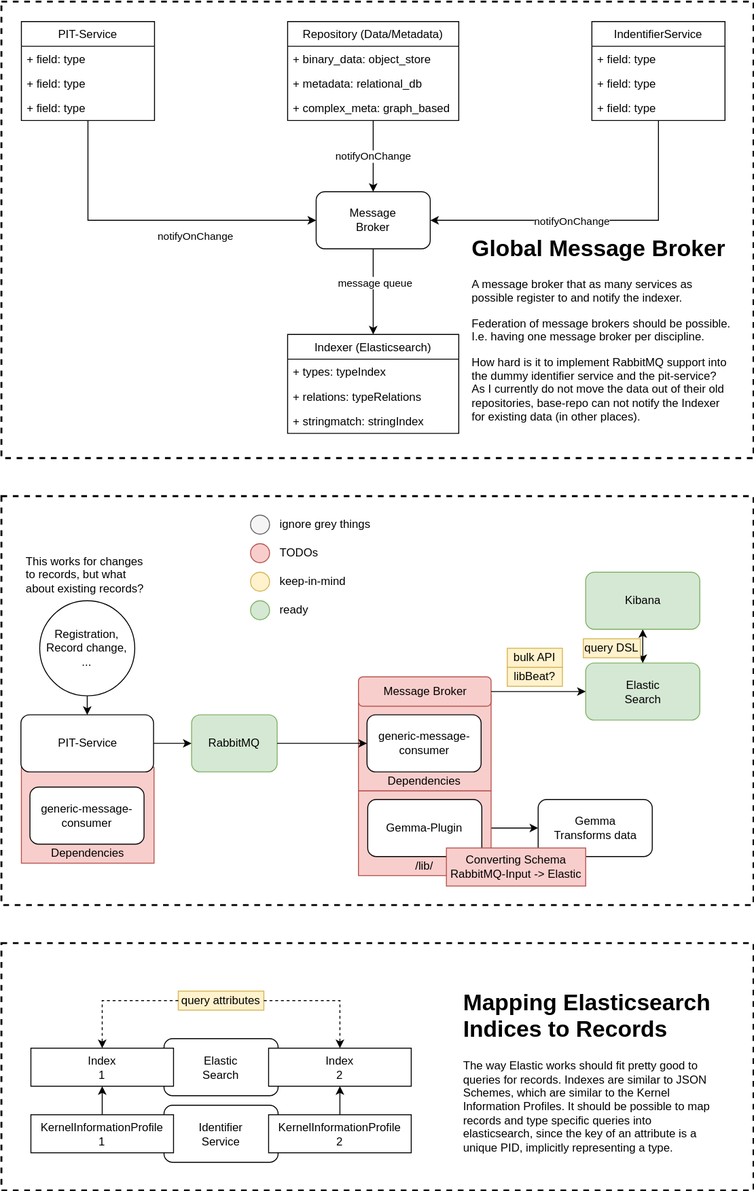
Above: documentation/images/usecase_indexing.drawio.svg in kit-data-manager/testbed4inf (draw.io), before the change. Source tidied: cells renumbered, new cells last; positions are measured from the earlier drawing's top-left corner, leaving out a move shared by most shapes.
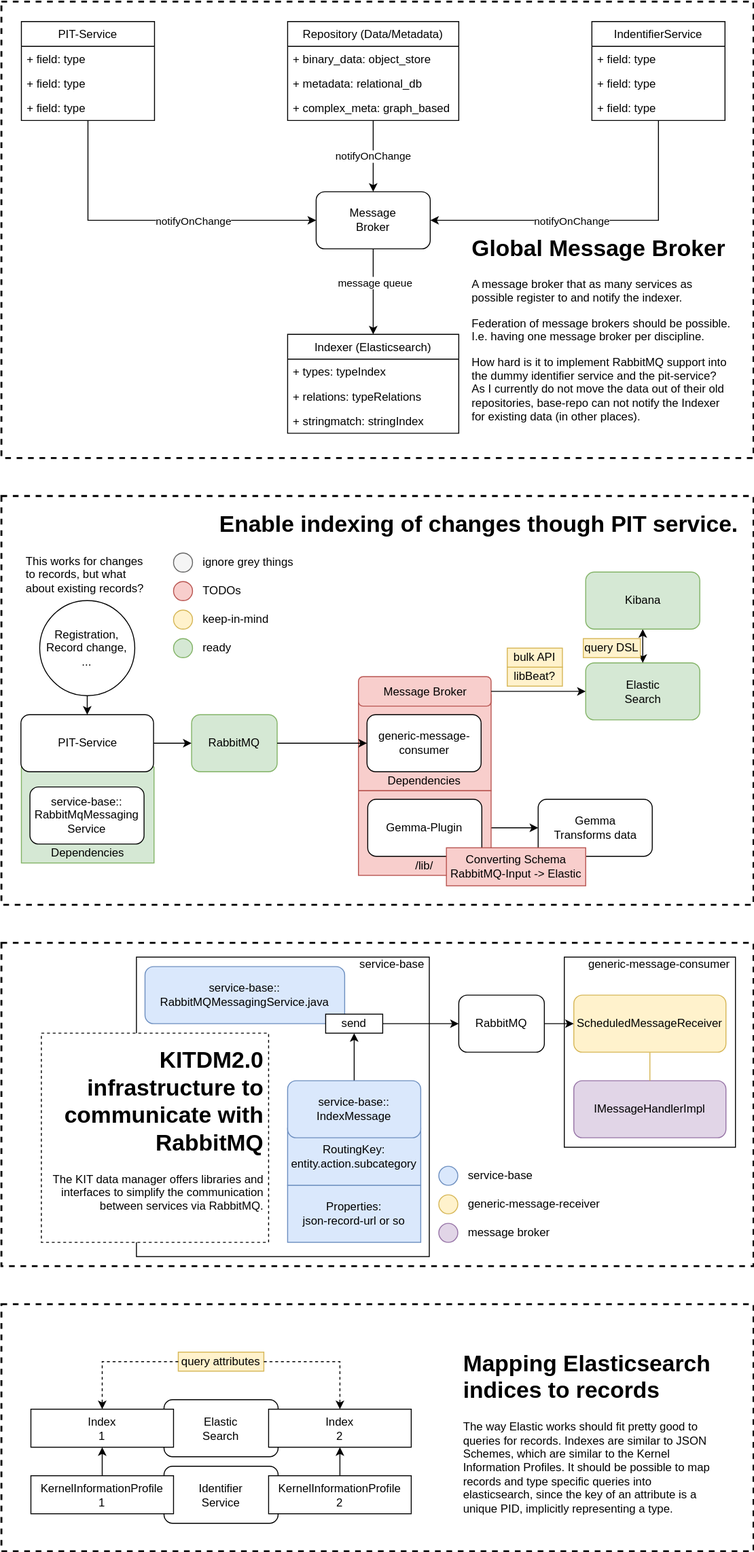
Above is the later version.

Commit message:
Docs: Common KITDM info and PIT-service update.

The edit, as a diff of the source:
```diff
@@ -8,10 +8,10 @@
     <mxCell id="3" style="group;" parent="2" vertex="1">
       <mxGeometry x="20.5" y="285" width="140" height="101" as="geometry" />
     </mxCell>
-    <mxCell id="4" style="rounded=0;whiteSpace=wrap;html=1;align=center;fillColor=#f8cecc;strokeColor=#b85450;" parent="3" vertex="1">
+    <mxCell id="4" style="rounded=0;whiteSpace=wrap;html=1;align=center;fillColor=#d5e8d4;strokeColor=#82b366;" parent="3" vertex="1">
       <mxGeometry x="0.5" width="139.5" height="101" as="geometry" />
     </mxCell>
-    <mxCell id="5" value="generic-message-consumer" style="rounded=1;whiteSpace=wrap;html=1;" parent="3" vertex="1">
+    <mxCell id="5" value="service-base::&lt;br&gt;RabbitMqMessaging&lt;br&gt;Service" style="rounded=1;whiteSpace=wrap;html=1;" parent="3" vertex="1">
       <mxGeometry x="9.5" y="21" width="120" height="60" as="geometry" />
     </mxCell>
     <mxCell id="6" value="Dependencies" style="text;html=1;strokeColor=none;fillColor=none;align=center;verticalAlign=middle;whiteSpace=wrap;rounded=0;" parent="3" vertex="1">
@@ -44,36 +44,6 @@
     <mxCell id="15" value="Kibana" style="rounded=1;whiteSpace=wrap;html=1;fillColor=#d5e8d4;strokeColor=#82b366;" parent="2" vertex="1">
       <mxGeometry x="614.5" y="80" width="120" height="60" as="geometry" />
     </mxCell>
-    <mxCell id="16" style="group;" parent="2" vertex="1">
-      <mxGeometry x="262" y="50" width="128" height="20" as="geometry" />
-    </mxCell>
-    <mxCell id="17" style="group;" parent="16" vertex="1">
-      <mxGeometry width="128" height="20" as="geometry" />
-    </mxCell>
-    <mxCell id="18" style="group;" parent="17" vertex="1">
-      <mxGeometry width="128" height="20" as="geometry" />
-    </mxCell>
-    <mxCell id="19" style="ellipse;whiteSpace=wrap;html=1;fillColor=#f8cecc;strokeColor=#b85450;" parent="18" vertex="1">
-      <mxGeometry width="20" height="20" as="geometry" />
-    </mxCell>
-    <mxCell id="20" value="TODOs" style="text;html=1;strokeColor=none;fillColor=none;align=left;verticalAlign=middle;whiteSpace=wrap;rounded=0;" parent="18" vertex="1">
-      <mxGeometry x="29" width="99" height="20" as="geometry" />
-    </mxCell>
-    <mxCell id="21" style="group;" parent="2" vertex="1">
-      <mxGeometry x="262" y="80" width="128" height="20" as="geometry" />
-    </mxCell>
-    <mxCell id="22" style="group;" parent="21" vertex="1">
-      <mxGeometry width="128" height="20" as="geometry" />
-    </mxCell>
-    <mxCell id="23" style="group;" parent="22" vertex="1">
-      <mxGeometry width="128" height="20" as="geometry" />
-    </mxCell>
-    <mxCell id="24" style="ellipse;whiteSpace=wrap;html=1;fillColor=#fff2cc;strokeColor=#d6b656;" parent="23" vertex="1">
-      <mxGeometry width="20" height="20" as="geometry" />
-    </mxCell>
-    <mxCell id="25" value="keep-in-mind" style="text;html=1;strokeColor=none;fillColor=none;align=left;verticalAlign=middle;whiteSpace=wrap;rounded=0;" parent="23" vertex="1">
-      <mxGeometry x="29" width="99" height="20" as="geometry" />
-    </mxCell>
     <mxCell id="26" style="edgeStyle=orthogonalEdgeStyle;rounded=0;jettySize=auto;html=1;startArrow=classic;startFill=1;" parent="2" edge="1" source="34" target="27">
       <mxGeometry relative="1" as="geometry" />
     </mxCell>
@@ -116,8 +86,50 @@
     <mxCell id="39" style="edgeStyle=orthogonalEdgeStyle;rounded=0;jettySize=auto;html=1;startArrow=none;startFill=0;" parent="2" edge="1" source="35" target="10">
       <mxGeometry relative="1" as="geometry" />
     </mxCell>
+    <mxCell id="52" value="libBeat?" style="rounded=0;whiteSpace=wrap;html=1;rotation=0;fillColor=#fff2cc;strokeColor=#d6b656;" parent="2" vertex="1">
+      <mxGeometry x="532" y="180" width="58" height="20" as="geometry" />
+    </mxCell>
+    <mxCell id="53" value="bulk API" style="rounded=0;whiteSpace=wrap;html=1;rotation=0;fillColor=#fff2cc;strokeColor=#d6b656;" parent="2" vertex="1">
+      <mxGeometry x="532" y="160" width="58" height="20" as="geometry" />
+    </mxCell>
+    <mxCell id="54" value="query DSL" style="rounded=0;whiteSpace=wrap;html=1;rotation=0;fillColor=#fff2cc;strokeColor=#d6b656;" parent="2" vertex="1">
+      <mxGeometry x="612" y="150" width="60" height="20" as="geometry" />
+    </mxCell>
+    <mxCell id="96" value="&lt;h1&gt;Enable indexing of changes though PIT service.&lt;/h1&gt;" style="text;html=1;strokeColor=none;fillColor=none;spacing=5;spacingTop=-20;whiteSpace=wrap;overflow=hidden;rounded=0;comic=0;align=right;" parent="2" vertex="1">
+      <mxGeometry x="200" y="10" width="580" height="40" as="geometry" />
+    </mxCell>
+    <mxCell id="16" style="group;" parent="2" vertex="1">
+      <mxGeometry x="181" y="90" width="128" height="20" as="geometry" />
+    </mxCell>
+    <mxCell id="17" style="group;" parent="16" vertex="1">
+      <mxGeometry width="128" height="20" as="geometry" />
+    </mxCell>
+    <mxCell id="18" style="group;" parent="17" vertex="1">
+      <mxGeometry width="128" height="20" as="geometry" />
+    </mxCell>
+    <mxCell id="19" style="ellipse;whiteSpace=wrap;html=1;fillColor=#f8cecc;strokeColor=#b85450;" parent="18" vertex="1">
+      <mxGeometry width="20" height="20" as="geometry" />
+    </mxCell>
+    <mxCell id="20" value="TODOs" style="text;html=1;strokeColor=none;fillColor=none;align=left;verticalAlign=middle;whiteSpace=wrap;rounded=0;" parent="18" vertex="1">
+      <mxGeometry x="29" width="99" height="20" as="geometry" />
+    </mxCell>
+    <mxCell id="21" style="group;" parent="2" vertex="1">
+      <mxGeometry x="181" y="120" width="128" height="20" as="geometry" />
+    </mxCell>
+    <mxCell id="22" style="group;" parent="21" vertex="1">
+      <mxGeometry width="128" height="20" as="geometry" />
+    </mxCell>
+    <mxCell id="23" style="group;" parent="22" vertex="1">
+      <mxGeometry width="128" height="20" as="geometry" />
+    </mxCell>
+    <mxCell id="24" style="ellipse;whiteSpace=wrap;html=1;fillColor=#fff2cc;strokeColor=#d6b656;" parent="23" vertex="1">
+      <mxGeometry width="20" height="20" as="geometry" />
+    </mxCell>
+    <mxCell id="25" value="keep-in-mind" style="text;html=1;strokeColor=none;fillColor=none;align=left;verticalAlign=middle;whiteSpace=wrap;rounded=0;" parent="23" vertex="1">
+      <mxGeometry x="29" width="99" height="20" as="geometry" />
+    </mxCell>
     <mxCell id="40" style="group;" parent="2" vertex="1">
-      <mxGeometry x="262" y="110" width="128" height="20" as="geometry" />
+      <mxGeometry x="181" y="150" width="128" height="20" as="geometry" />
     </mxCell>
     <mxCell id="41" style="group;" parent="40" vertex="1">
       <mxGeometry width="128" height="20" as="geometry" />
@@ -132,13 +144,13 @@
       <mxGeometry x="29" width="99" height="20" as="geometry" />
     </mxCell>
     <mxCell id="45" style="group;" parent="2" vertex="1">
-      <mxGeometry x="262" y="140" width="128" height="20" as="geometry" />
+      <mxGeometry x="181" y="180" width="128" height="20" as="geometry" />
     </mxCell>
     <mxCell id="46" style="group;" parent="45" vertex="1">
       <mxGeometry width="128" height="20" as="geometry" />
     </mxCell>
     <mxCell id="47" style="group;" parent="2" vertex="1">
-      <mxGeometry x="262" y="20" width="128" height="20" as="geometry" />
+      <mxGeometry x="181" y="60" width="128" height="20" as="geometry" />
     </mxCell>
     <mxCell id="48" style="group;" parent="47" vertex="1">
       <mxGeometry width="128" height="20" as="geometry" />
@@ -152,15 +164,6 @@
     <mxCell id="51" value="ignore grey things" style="text;html=1;strokeColor=none;fillColor=none;align=left;verticalAlign=middle;whiteSpace=wrap;rounded=0;" parent="49" vertex="1">
       <mxGeometry x="29" width="99" height="20" as="geometry" />
     </mxCell>
-    <mxCell id="52" value="libBeat?" style="rounded=0;whiteSpace=wrap;html=1;rotation=0;fillColor=#fff2cc;strokeColor=#d6b656;" parent="2" vertex="1">
-      <mxGeometry x="532" y="180" width="58" height="20" as="geometry" />
-    </mxCell>
-    <mxCell id="53" value="bulk API" style="rounded=0;whiteSpace=wrap;html=1;rotation=0;fillColor=#fff2cc;strokeColor=#d6b656;" parent="2" vertex="1">
-      <mxGeometry x="532" y="160" width="58" height="20" as="geometry" />
-    </mxCell>
-    <mxCell id="54" value="query DSL" style="rounded=0;whiteSpace=wrap;html=1;rotation=0;fillColor=#fff2cc;strokeColor=#d6b656;" parent="2" vertex="1">
-      <mxGeometry x="612" y="150" width="60" height="20" as="geometry" />
-    </mxCell>
     <mxCell id="55" style="rounded=0;whiteSpace=wrap;html=1;dashed=1;strokeWidth=2;" parent="1" vertex="1">
       <mxGeometry width="791" height="480" as="geometry" />
     </mxCell>
@@ -212,7 +215,7 @@
     </mxCell>
     <mxCell id="70" value="notifyOnChange" style="edgeLabel;html=1;align=center;verticalAlign=middle;" parent="69" vertex="1">
       <mxGeometry x="0.2" relative="1" as="geometry">
-        <mxPoint x="10" y="16.7" as="offset" />
+        <mxPoint x="8" as="offset" />
       </mxGeometry>
     </mxCell>
     <mxCell id="71" style="edgeStyle=orthogonalEdgeStyle;rounded=0;jettySize=auto;html=1;" parent="55" edge="1" source="56" target="68">
@@ -255,9 +258,9 @@
       <mxGeometry y="78" width="180" height="26" as="geometry" />
     </mxCell>
     <mxCell id="82" style="rounded=0;whiteSpace=wrap;html=1;dashed=1;strokeWidth=2;movableLabel=0;comic=0;" parent="1" vertex="1">
-      <mxGeometry y="990" width="791" height="260" as="geometry" />
+      <mxGeometry y="1370" width="791" height="260" as="geometry" />
     </mxCell>
-    <mxCell id="83" value="&lt;h1&gt;Mapping Elasticsearch Indices to Records&lt;/h1&gt;&lt;p&gt;The way Elastic works should fit pretty good to queries for records. Indexes are similar to JSON Schemes, which are similar to the Kernel Information Profiles. It should be possible to map records and type specific queries into elasticsearch, since the key of an attribute is a unique PID, implicitly representing a type.&lt;/p&gt;" style="text;html=1;strokeColor=none;fillColor=none;spacing=5;spacingTop=-20;whiteSpace=wrap;overflow=hidden;rounded=0;verticalAlign=bottom;" parent="82" vertex="1">
+    <mxCell id="83" value="&lt;h1&gt;Mapping Elasticsearch indices to records&lt;/h1&gt;&lt;p&gt;The way Elastic works should fit pretty good to queries for records. Indexes are similar to JSON Schemes, which are similar to the Kernel Information Profiles. It should be possible to map records and type specific queries into elasticsearch, since the key of an attribute is a unique PID, implicitly representing a type.&lt;/p&gt;" style="text;html=1;strokeColor=none;fillColor=none;spacing=5;spacingTop=-20;whiteSpace=wrap;overflow=hidden;rounded=0;verticalAlign=bottom;" parent="82" vertex="1">
       <mxGeometry x="481" y="30" width="279.5" height="210" as="geometry" />
     </mxCell>
     <mxCell id="84" value="query attributes" style="rounded=0;whiteSpace=wrap;html=1;rotation=0;fillColor=#fff2cc;strokeColor=#d6b656;" parent="82" vertex="1">
@@ -300,5 +303,93 @@
     <mxCell id="95" value="KernelInformationProfile&lt;br&gt;1" style="rounded=0;whiteSpace=wrap;html=1;" parent="87" vertex="1">
       <mxGeometry y="151" width="150" height="40" as="geometry" />
     </mxCell>
+    <mxCell id="97" style="rounded=0;whiteSpace=wrap;html=1;dashed=1;strokeWidth=2;movableLabel=0;comic=0;" parent="1" vertex="1">
+      <mxGeometry y="990" width="791" height="340" as="geometry" />
+    </mxCell>
+    <mxCell id="98" value="service-base" style="rounded=0;whiteSpace=wrap;html=1;movableLabel=1;" parent="97" vertex="1">
+      <mxGeometry x="142" y="15" width="308" height="315" as="geometry">
+        <mxPoint x="115" y="-150" as="offset" />
+      </mxGeometry>
+    </mxCell>
+    <mxCell id="99" value="service-base::&lt;br&gt;RabbitMQMessagingService.java" style="rounded=1;whiteSpace=wrap;html=1;fillColor=#dae8fc;strokeColor=#6c8ebf;" parent="98" vertex="1">
+      <mxGeometry x="9" y="10" width="210" height="60" as="geometry" />
+    </mxCell>
+    <mxCell id="100" value="send" style="rounded=0;whiteSpace=wrap;html=1;align=center;" parent="98" vertex="1">
+      <mxGeometry x="199" y="60" width="60" height="20" as="geometry" />
+    </mxCell>
+    <mxCell id="101" style="edgeStyle=orthogonalEdgeStyle;rounded=0;jettySize=auto;html=1;" parent="98" edge="1" source="104" target="100">
+      <mxGeometry relative="1" as="geometry" />
+    </mxCell>
+    <mxCell id="102" value="Properties:&lt;br&gt;json-record-url or so" style="rounded=0;whiteSpace=wrap;html=1;align=center;fillColor=#dae8fc;strokeColor=#6c8ebf;" parent="98" vertex="1">
+      <mxGeometry x="159" y="240" width="140" height="60" as="geometry" />
+    </mxCell>
+    <mxCell id="103" value="RoutingKey: entity.action.subcategory" style="rounded=0;whiteSpace=wrap;html=1;align=center;fillColor=#dae8fc;strokeColor=#6c8ebf;" parent="98" vertex="1">
+      <mxGeometry x="159" y="180" width="140" height="60" as="geometry" />
+    </mxCell>
+    <mxCell id="104" value="service-base::&lt;br&gt;IndexMessage" style="rounded=1;whiteSpace=wrap;html=1;fillColor=#dae8fc;strokeColor=#6c8ebf;" parent="98" vertex="1">
+      <mxGeometry x="159" y="130" width="140" height="60" as="geometry" />
+    </mxCell>
+    <mxCell id="105" value="&lt;h1&gt;KITDM2.0 infrastructure to communicate with RabbitMQ&lt;/h1&gt;&lt;p&gt;The KIT data manager offers libraries and interfaces to simplify the communication between services via RabbitMQ.&lt;/p&gt;" style="text;html=1;spacing=5;spacingTop=-20;whiteSpace=wrap;overflow=hidden;rounded=0;align=right;verticalAlign=middle;dashed=1;fillColor=#ffffff;strokeColor=#000000;" parent="98" vertex="1">
+      <mxGeometry x="-100" y="80" width="239" height="220" as="geometry" />
+    </mxCell>
+    <mxCell id="106" value="generic-message-consumer" style="rounded=0;whiteSpace=wrap;html=1;movableLabel=1;" parent="97" vertex="1">
+      <mxGeometry x="592" y="15" width="180" height="200" as="geometry">
+        <mxPoint x="10" y="-92" as="offset" />
+      </mxGeometry>
+    </mxCell>
+    <mxCell id="107" value="IMessageHandlerImpl" style="rounded=1;whiteSpace=wrap;html=1;fillColor=#e1d5e7;strokeColor=#9673a6;" parent="106" vertex="1">
+      <mxGeometry x="10" y="130" width="160" height="60" as="geometry" />
+    </mxCell>
+    <mxCell id="108" value="ScheduledMessageReceiver" style="rounded=1;whiteSpace=wrap;html=1;fillColor=#fff2cc;strokeColor=#d6b656;" parent="106" vertex="1">
+      <mxGeometry x="10" y="40" width="160" height="60" as="geometry" />
+    </mxCell>
+    <mxCell id="109" style="edgeStyle=orthogonalEdgeStyle;rounded=0;jettySize=auto;html=1;endArrow=none;endFill=0;fillColor=#fff2cc;strokeColor=#d6b656;" parent="106" edge="1" source="107" target="108">
+      <mxGeometry relative="1" as="geometry" />
+    </mxCell>
+    <mxCell id="110" value="RabbitMQ" style="rounded=1;whiteSpace=wrap;html=1;" parent="97" vertex="1">
+      <mxGeometry x="481" y="55" width="90" height="60" as="geometry" />
+    </mxCell>
+    <mxCell id="111" style="edgeStyle=orthogonalEdgeStyle;rounded=0;jettySize=auto;html=1;" parent="97" edge="1" source="100" target="110">
+      <mxGeometry relative="1" as="geometry" />
+    </mxCell>
+    <mxCell id="112" style="edgeStyle=orthogonalEdgeStyle;rounded=0;jettySize=auto;html=1;" parent="97" edge="1" source="110" target="108">
+      <mxGeometry relative="1" as="geometry" />
+    </mxCell>
+    <mxCell id="113" style="group;" parent="97" vertex="1">
+      <mxGeometry x="460" y="235" width="128" height="20" as="geometry" />
+    </mxCell>
+    <mxCell id="114" style="group;" parent="113" vertex="1">
+      <mxGeometry width="128" height="20" as="geometry" />
+    </mxCell>
+    <mxCell id="115" style="ellipse;whiteSpace=wrap;html=1;fillColor=#dae8fc;strokeColor=#6c8ebf;align=left;" parent="114" vertex="1">
+      <mxGeometry width="20" height="20" as="geometry" />
+    </mxCell>
+    <mxCell id="116" value="service-base" style="text;html=1;strokeColor=none;fillColor=none;align=left;verticalAlign=middle;whiteSpace=wrap;rounded=0;" parent="114" vertex="1">
+      <mxGeometry x="29" width="99" height="20" as="geometry" />
+    </mxCell>
+    <mxCell id="117" style="group;" parent="97" vertex="1">
+      <mxGeometry x="460" y="265" width="170" height="20" as="geometry" />
+    </mxCell>
+    <mxCell id="118" style="group;" parent="117" vertex="1">
+      <mxGeometry width="170" height="20" as="geometry" />
+    </mxCell>
+    <mxCell id="119" style="ellipse;whiteSpace=wrap;html=1;fillColor=#fff2cc;strokeColor=#d6b656;align=left;" parent="118" vertex="1">
+      <mxGeometry width="20" height="20" as="geometry" />
+    </mxCell>
+    <mxCell id="120" value="generic-message-receiver" style="text;html=1;strokeColor=none;fillColor=none;align=left;verticalAlign=middle;whiteSpace=wrap;rounded=0;" parent="118" vertex="1">
+      <mxGeometry x="29" width="141" height="20" as="geometry" />
+    </mxCell>
+    <mxCell id="121" style="group;" parent="97" vertex="1">
+      <mxGeometry x="460" y="295" width="170" height="20" as="geometry" />
+    </mxCell>
+    <mxCell id="122" style="group;" parent="121" vertex="1">
+      <mxGeometry width="170" height="20" as="geometry" />
+    </mxCell>
+    <mxCell id="123" style="ellipse;whiteSpace=wrap;html=1;fillColor=#e1d5e7;strokeColor=#9673a6;align=left;" parent="122" vertex="1">
+      <mxGeometry width="20" height="20" as="geometry" />
+    </mxCell>
+    <mxCell id="124" value="message broker" style="text;html=1;strokeColor=none;fillColor=none;align=left;verticalAlign=middle;whiteSpace=wrap;rounded=0;" parent="122" vertex="1">
+      <mxGeometry x="29" width="141" height="20" as="geometry" />
+    </mxCell>
   </root>
 </mxGraphModel>
```
